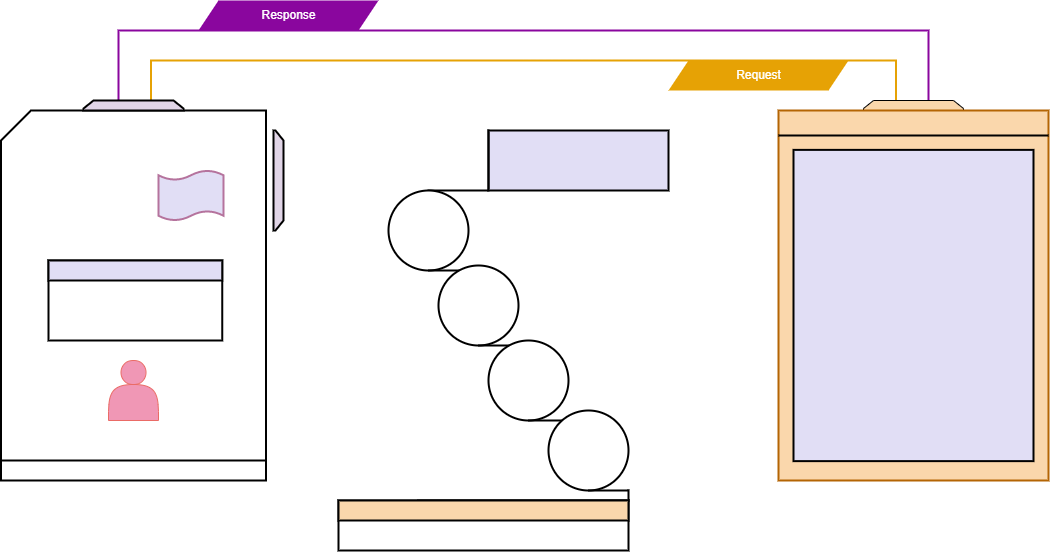
Before: 0x09-web_infrastructure_design/1-distributed_web_infrastructure.drawio.png, a diagram exported from draw.io (Omowunmikamil/alx-system_engineering-devops). Source tidied: cells renumbered, new cells last; positions are measured from the earlier drawing's top-left corner, leaving out a move shared by most shapes.
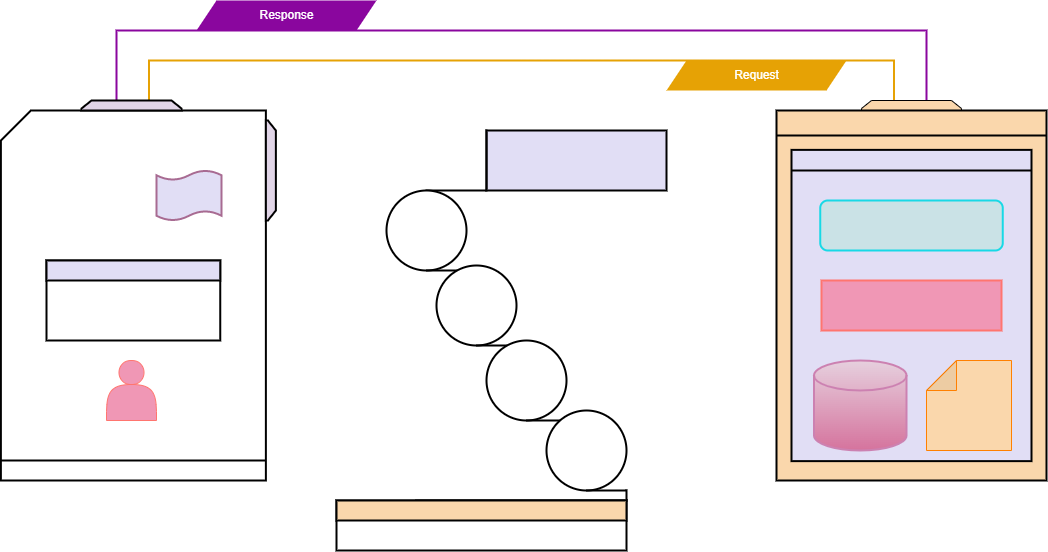
After the commit.

Change to the diagram source:
```diff
@@ -45,7 +45,7 @@
       <mxGeometry x="338" y="500" width="290" height="50" as="geometry" />
     </mxCell>
     <mxCell id="16" style="shape=card;whiteSpace=wrap;html=1;strokeWidth=2;" parent="1" vertex="1">
-      <mxGeometry x="0.5" y="110" width="265" height="370" as="geometry" />
+      <mxGeometry x="2.4" y="110" width="265" height="370" as="geometry" />
     </mxCell>
     <mxCell id="17" style="shape=loopLimit;whiteSpace=wrap;html=1;fillColor=#fad7ac;strokeColor=#000000;" parent="1" vertex="1">
       <mxGeometry x="863" y="100" width="100" height="10" as="geometry" />
@@ -54,7 +54,7 @@
       <mxGeometry x="83" y="100" width="100" height="10" as="geometry" />
     </mxCell>
     <mxCell id="19" style="shape=loopLimit;whiteSpace=wrap;html=1;fillColor=#e1d5e7;strokeColor=#000000;direction=south;strokeWidth=2;" parent="1" vertex="1">
-      <mxGeometry x="273" y="130" width="10" height="100" as="geometry" />
+      <mxGeometry x="267.4" y="120" width="10" height="100" as="geometry" />
     </mxCell>
     <mxCell id="20" style="rounded=0;whiteSpace=wrap;html=1;strokeWidth=2;fillColor=#fad7ac;strokeColor=#000000;" parent="1" vertex="1">
       <mxGeometry x="338" y="500" width="290" height="20" as="geometry" />
@@ -62,19 +62,19 @@
     <mxCell id="21" style="rounded=0;whiteSpace=wrap;html=1;strokeWidth=2;" parent="1" vertex="1">
       <mxGeometry x="48" y="260" width="173.8" height="80" as="geometry" />
     </mxCell>
-    <mxCell id="22" style="shape=actor;whiteSpace=wrap;html=1;fillColor=#F097B5;strokeColor=#EA6B66;" parent="1" vertex="1">
+    <mxCell id="22" style="shape=actor;whiteSpace=wrap;html=1;fillColor=#F097B5;strokeColor=#FF756F;" parent="1" vertex="1">
       <mxGeometry x="108" y="360" width="50" height="60" as="geometry" />
     </mxCell>
     <mxCell id="23" style="line;strokeWidth=2;html=1;" parent="1" vertex="1">
-      <mxGeometry x="0.5" y="455" width="265" height="10" as="geometry" />
+      <mxGeometry x="2.4" y="455" width="265" height="10" as="geometry" />
     </mxCell>
-    <mxCell id="24" style="shape=tape;whiteSpace=wrap;html=1;strokeWidth=2;size=0.19;fillColor=#E1DEF5;strokeColor=#B5739D;" parent="1" vertex="1">
+    <mxCell id="24" style="shape=tape;whiteSpace=wrap;html=1;strokeWidth=2;size=0.19;fillColor=#E1DEF5;strokeColor=#A86B92;" parent="1" vertex="1">
       <mxGeometry x="158" y="170" width="65" height="50" as="geometry" />
     </mxCell>
     <mxCell id="25" style="rounded=0;whiteSpace=wrap;html=1;strokeWidth=2;fillColor=#E1DEF5;strokeColor=#000000;" parent="1" vertex="1">
       <mxGeometry x="48" y="260" width="173.8" height="20" as="geometry" />
     </mxCell>
-    <mxCell id="26" style="rounded=0;whiteSpace=wrap;html=1;strokeWidth=2;fillColor=#fad7ac;strokeColor=#b46504;" parent="1" vertex="1">
+    <mxCell id="26" style="rounded=0;whiteSpace=wrap;html=1;strokeWidth=2;fillColor=#fad7ac;strokeColor=#000000;" parent="1" vertex="1">
       <mxGeometry x="778" y="110" width="270" height="370" as="geometry" />
     </mxCell>
     <mxCell id="27" style="line;strokeWidth=2;html=1;" parent="1" vertex="1">
@@ -83,5 +83,20 @@
     <mxCell id="28" style="rounded=0;whiteSpace=wrap;html=1;strokeWidth=2;fillColor=#E1DEF5;strokeColor=#000000;" parent="1" vertex="1">
       <mxGeometry x="793" y="149.4" width="240" height="311.2" as="geometry" />
     </mxCell>
+    <mxCell id="29" style="strokeWidth=2;html=1;shape=mxgraph.flowchart.database;whiteSpace=wrap;fillColor=#e6d0de;gradientColor=#d5739d;strokeColor=#CC81B1;" parent="1" vertex="1">
+      <mxGeometry x="815.5" y="360" width="92.5" height="90" as="geometry" />
+    </mxCell>
+    <mxCell id="30" style="rounded=1;whiteSpace=wrap;html=1;fillColor=#CAE2E6;strokeColor=#18D9E6;strokeWidth=2;" parent="1" vertex="1">
+      <mxGeometry x="821.8" y="200" width="182.5" height="50" as="geometry" />
+    </mxCell>
+    <mxCell id="31" style="line;strokeWidth=2;html=1;" parent="1" vertex="1">
+      <mxGeometry x="793" y="165" width="240" height="10" as="geometry" />
+    </mxCell>
+    <mxCell id="32" style="shape=note;whiteSpace=wrap;html=1;backgroundOutline=1;darkOpacity=0.05;direction=north;fillColor=#fad7ac;strokeColor=#FF8000;" parent="1" vertex="1">
+      <mxGeometry x="928" y="360" width="85" height="90" as="geometry" />
+    </mxCell>
+    <mxCell id="33" style="rounded=0;whiteSpace=wrap;html=1;strokeColor=#FF756F;strokeWidth=2;fillColor=#F097B5;" parent="1" vertex="1">
+      <mxGeometry x="823" y="280" width="180" height="50" as="geometry" />
+    </mxCell>
   </root>
 </mxGraphModel>
```
